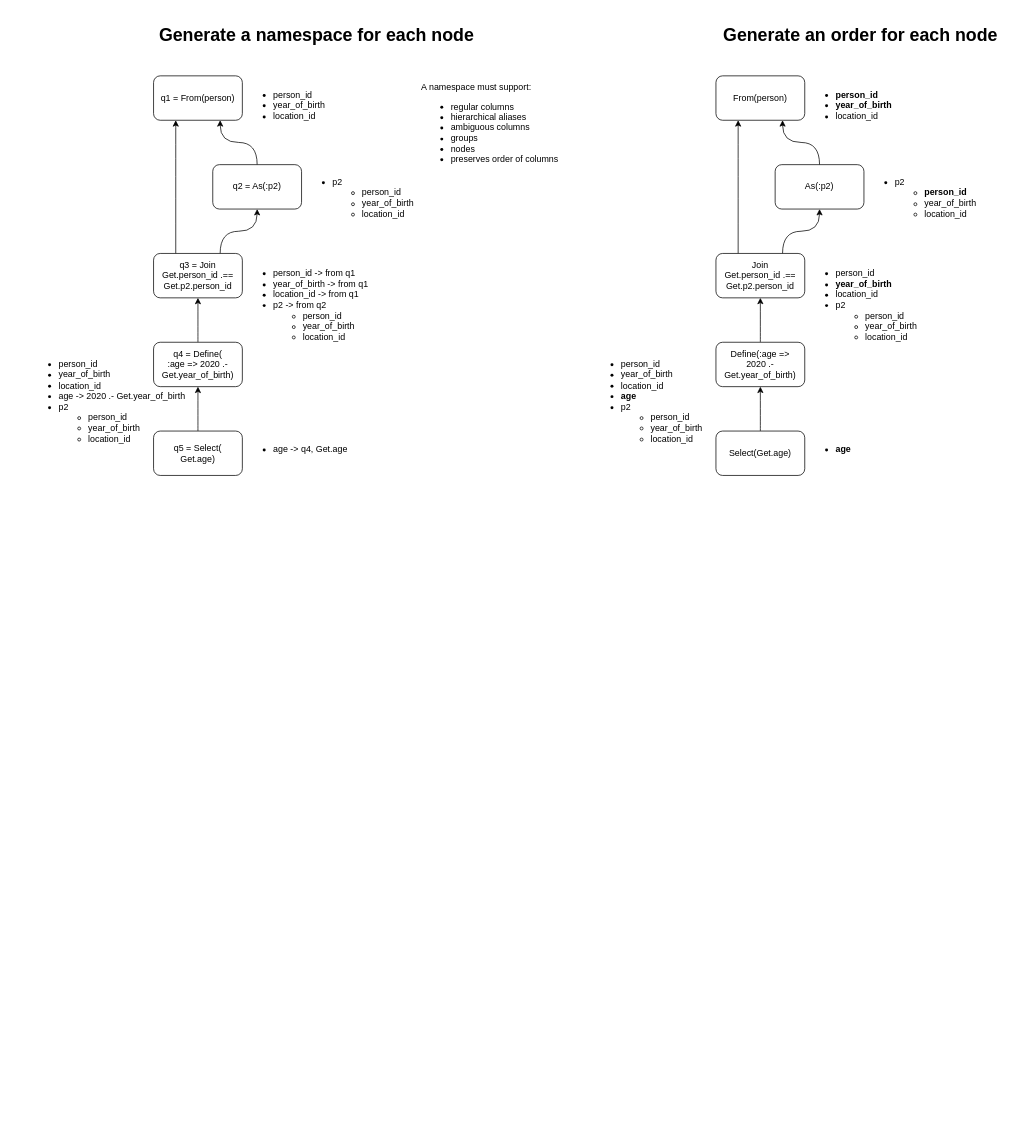
The draw.io diagram page "resolve-refactoring" (12 of 12) of sql-dsl.drawio in rbt-lang/diagrams, before the edit. Source tidied: cells renumbered, new cells numbered last; positions are measured from the earlier drawing's top-left corner, leaving out a move shared by most shapes. Both pictures are drawn from the tidied source at 74%, with x=0, y=0 at pixel (27, 16).
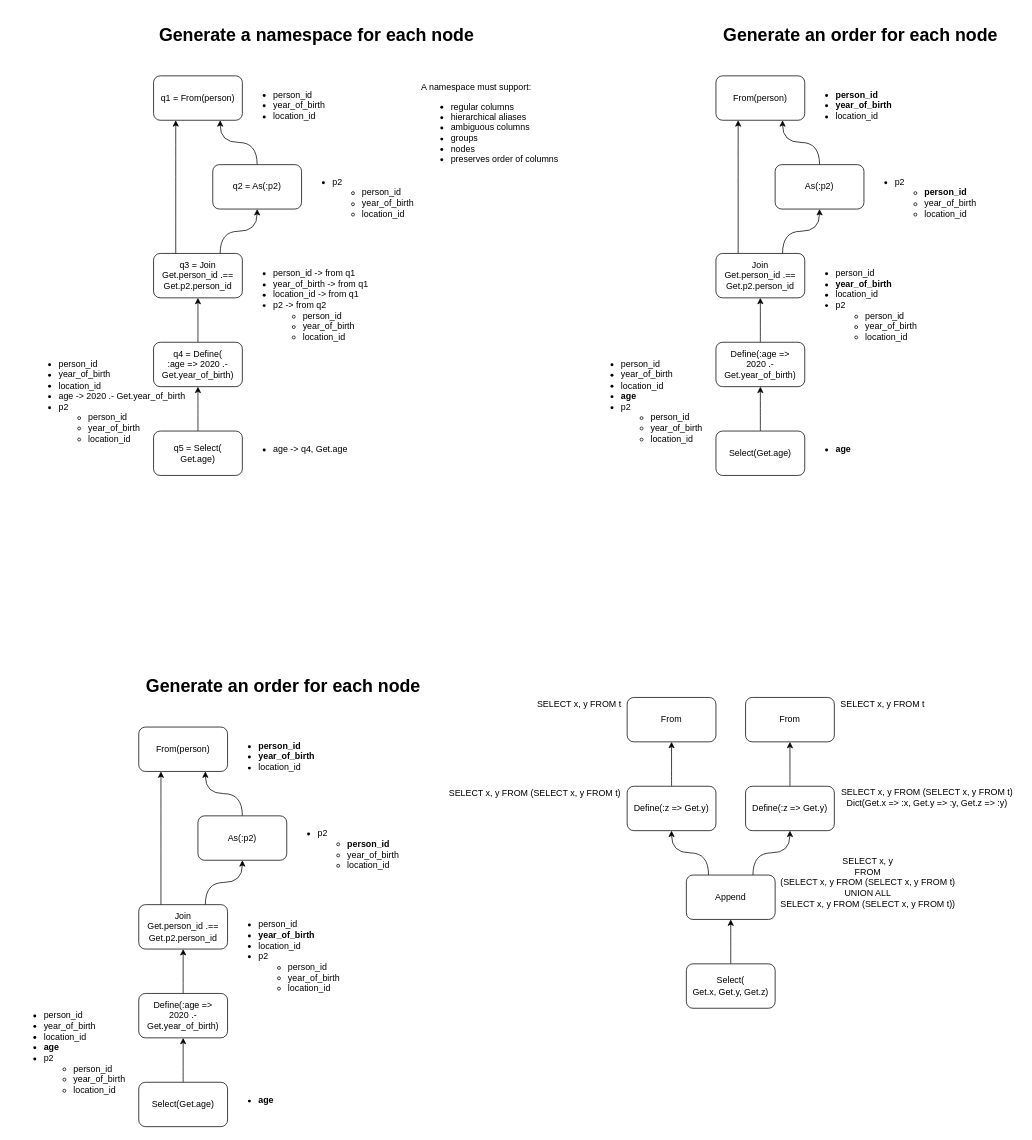
Above is the later version.

Diff of the diagram source:
```diff
@@
+    <mxCell id="35" value="From(person)" style="rounded=1;whiteSpace=wrap;html=1;" parent="1" vertex="1">
+      <mxGeometry x="150" y="960" width="120" height="60" as="geometry" />
+    </mxCell>
+    <mxCell id="36" style="edgeStyle=orthogonalEdgeStyle;rounded=0;jettySize=auto;html=1;entryX=0.25;entryY=1;entryDx=0;entryDy=0;curved=1;exitX=0.25;exitY=0;exitDx=0;exitDy=0;" parent="1" edge="1" source="38" target="35">
+      <mxGeometry relative="1" as="geometry">
+        <Array as="points">
+          <mxPoint x="180" y="1030" />
+          <mxPoint x="180" y="1030" />
+        </Array>
+      </mxGeometry>
+    </mxCell>
+    <mxCell id="37" style="edgeStyle=orthogonalEdgeStyle;curved=1;rounded=0;jettySize=auto;html=1;exitX=0.75;exitY=0;exitDx=0;exitDy=0;entryX=0.5;entryY=1;entryDx=0;entryDy=0;" parent="1" edge="1" source="38" target="40">
+      <mxGeometry relative="1" as="geometry" />
+    </mxCell>
+    <mxCell id="38" value="Join&lt;br&gt;Get.person_id .==&lt;br&gt;Get.p2.person_id" style="rounded=1;whiteSpace=wrap;html=1;" parent="1" vertex="1">
+      <mxGeometry x="150" y="1200" width="120" height="60" as="geometry" />
+    </mxCell>
+    <mxCell id="39" style="edgeStyle=orthogonalEdgeStyle;curved=1;rounded=0;jettySize=auto;html=1;entryX=0.75;entryY=1;entryDx=0;entryDy=0;" parent="1" edge="1" source="40" target="35">
+      <mxGeometry relative="1" as="geometry" />
+    </mxCell>
+    <mxCell id="40" value="As(:p2)" style="rounded=1;whiteSpace=wrap;html=1;" parent="1" vertex="1">
+      <mxGeometry x="230" y="1080" width="120" height="60" as="geometry" />
+    </mxCell>
+    <mxCell id="41" value="&lt;div&gt;&lt;ul&gt;&lt;li&gt;&lt;b&gt;person_id&lt;/b&gt;&lt;/li&gt;&lt;li&gt;&lt;b&gt;year_of_birth&lt;/b&gt;&lt;/li&gt;&lt;li&gt;&lt;div&gt;location_id&lt;br&gt;&lt;/div&gt;&lt;/li&gt;&lt;/ul&gt;&lt;/div&gt;" style="text;html=1;align=left;verticalAlign=middle;strokeColor=none;" parent="1" vertex="1">
+      <mxGeometry x="270" y="960" width="130" height="80" as="geometry" />
+    </mxCell>
+    <mxCell id="42" value="&lt;ul&gt;&lt;li&gt;p2&lt;/li&gt;&lt;ul&gt;&lt;li&gt;&lt;b&gt;person_id&lt;/b&gt;&lt;/li&gt;&lt;li&gt;year_of_birth&lt;/li&gt;&lt;li&gt;location_id&lt;br&gt;&lt;/li&gt;&lt;/ul&gt;&lt;/ul&gt;" style="text;html=1;align=left;verticalAlign=middle;strokeColor=none;" parent="1" vertex="1">
+      <mxGeometry x="350" y="1080" width="170" height="90" as="geometry" />
+    </mxCell>
+    <mxCell id="43" value="&lt;ul&gt;&lt;li&gt;person_id&lt;/li&gt;&lt;li&gt;&lt;b&gt;year_of_birth&lt;/b&gt;&lt;/li&gt;&lt;li&gt;location_id&lt;/li&gt;&lt;li&gt;p2&lt;/li&gt;&lt;ul&gt;&lt;li&gt;person_id&lt;/li&gt;&lt;li&gt;year_of_birth&lt;/li&gt;&lt;li&gt;location_id&lt;br&gt;&lt;/li&gt;&lt;/ul&gt;&lt;/ul&gt;" style="text;html=1;align=left;verticalAlign=middle;strokeColor=none;" parent="1" vertex="1">
+      <mxGeometry x="270" y="1200" width="170" height="140" as="geometry" />
+    </mxCell>
+    <mxCell id="44" style="edgeStyle=orthogonalEdgeStyle;curved=1;rounded=0;jettySize=auto;html=1;entryX=0.5;entryY=1;entryDx=0;entryDy=0;exitX=0.5;exitY=0;exitDx=0;exitDy=0;" parent="1" edge="1" source="46" target="38">
+      <mxGeometry relative="1" as="geometry" />
+    </mxCell>
+    <mxCell id="45" value="&lt;h1&gt;Generate an order for each node&lt;/h1&gt;" style="text;html=1;align=center;verticalAlign=middle;strokeColor=none;" parent="1" vertex="1">
+      <mxGeometry x="150" y="880" width="390" height="50" as="geometry" />
+    </mxCell>
+    <mxCell id="46" value="Define(:age =&amp;gt;&lt;br&gt;2020 .- Get.year_of_birth)" style="rounded=1;whiteSpace=wrap;html=1;" parent="1" vertex="1">
+      <mxGeometry x="150" y="1320" width="120" height="60" as="geometry" />
+    </mxCell>
+    <mxCell id="47" value="&lt;ul&gt;&lt;li&gt;person_id&lt;/li&gt;&lt;li&gt;year_of_birth&lt;/li&gt;&lt;li&gt;location_id&lt;/li&gt;&lt;li&gt;&lt;b&gt;age&lt;/b&gt;&lt;br&gt;&lt;/li&gt;&lt;li&gt;p2&lt;/li&gt;&lt;ul&gt;&lt;li&gt;person_id&lt;/li&gt;&lt;li&gt;year_of_birth&lt;/li&gt;&lt;li&gt;location_id&lt;br&gt;&lt;/li&gt;&lt;/ul&gt;&lt;/ul&gt;" style="text;html=1;align=left;verticalAlign=middle;strokeColor=none;" parent="1" vertex="1">
+      <mxGeometry x="-20" y="1320" width="170" height="160" as="geometry" />
+    </mxCell>
+    <mxCell id="48" style="edgeStyle=orthogonalEdgeStyle;curved=1;rounded=0;jettySize=auto;html=1;entryX=0.5;entryY=1;entryDx=0;entryDy=0;" parent="1" edge="1" source="49" target="46">
+      <mxGeometry relative="1" as="geometry" />
+    </mxCell>
+    <mxCell id="49" value="Select(Get.age)" style="rounded=1;whiteSpace=wrap;html=1;" parent="1" vertex="1">
+      <mxGeometry x="150" y="1440" width="120" height="60" as="geometry" />
+    </mxCell>
+    <mxCell id="50" value="&lt;ul&gt;&lt;li&gt;&lt;b&gt;age&lt;/b&gt;&lt;/li&gt;&lt;/ul&gt;" style="text;html=1;align=left;verticalAlign=middle;strokeColor=none;" parent="1" vertex="1">
+      <mxGeometry x="270" y="1440" width="80" height="50" as="geometry" />
+    </mxCell>
+    <mxCell id="51" style="edgeStyle=orthogonalEdgeStyle;curved=1;rounded=0;jettySize=auto;html=1;exitX=0.25;exitY=0;exitDx=0;exitDy=0;entryX=0.5;entryY=1;entryDx=0;entryDy=0;" parent="1" edge="1" source="53" target="57">
+      <mxGeometry relative="1" as="geometry" />
+    </mxCell>
+    <mxCell id="52" style="edgeStyle=orthogonalEdgeStyle;curved=1;rounded=0;jettySize=auto;html=1;exitX=0.75;exitY=0;exitDx=0;exitDy=0;entryX=0.5;entryY=1;entryDx=0;entryDy=0;" parent="1" edge="1" source="53" target="59">
+      <mxGeometry relative="1" as="geometry" />
+    </mxCell>
+    <mxCell id="53" value="Append" style="rounded=1;whiteSpace=wrap;html=1;align=center;" parent="1" vertex="1">
+      <mxGeometry x="890" y="1160" width="120" height="60" as="geometry" />
+    </mxCell>
+    <mxCell id="54" style="edgeStyle=orthogonalEdgeStyle;curved=1;rounded=0;jettySize=auto;html=1;entryX=0.5;entryY=1;entryDx=0;entryDy=0;" parent="1" edge="1" source="55" target="53">
+      <mxGeometry relative="1" as="geometry" />
+    </mxCell>
+    <mxCell id="55" value="Select(&lt;br&gt;Get.x, Get.y, Get.z)" style="rounded=1;whiteSpace=wrap;html=1;align=center;" parent="1" vertex="1">
+      <mxGeometry x="890" y="1280" width="120" height="60" as="geometry" />
+    </mxCell>
+    <mxCell id="56" style="edgeStyle=orthogonalEdgeStyle;curved=1;rounded=0;jettySize=auto;html=1;entryX=0.5;entryY=1;entryDx=0;entryDy=0;" parent="1" edge="1" source="57" target="60">
+      <mxGeometry relative="1" as="geometry" />
+    </mxCell>
+    <mxCell id="57" value="Define(:z =&amp;gt; Get.y)" style="rounded=1;whiteSpace=wrap;html=1;align=center;" parent="1" vertex="1">
+      <mxGeometry x="810" y="1040" width="120" height="60" as="geometry" />
+    </mxCell>
+    <mxCell id="58" style="edgeStyle=orthogonalEdgeStyle;curved=1;rounded=0;jettySize=auto;html=1;entryX=0.5;entryY=1;entryDx=0;entryDy=0;" parent="1" edge="1" source="59" target="61">
+      <mxGeometry relative="1" as="geometry" />
+    </mxCell>
+    <mxCell id="59" value="Define(:z =&amp;gt; Get.y)" style="rounded=1;whiteSpace=wrap;html=1;align=center;" parent="1" vertex="1">
+      <mxGeometry x="970" y="1040" width="120" height="60" as="geometry" />
+    </mxCell>
+    <mxCell id="60" value="From" style="rounded=1;whiteSpace=wrap;html=1;align=center;" parent="1" vertex="1">
+      <mxGeometry x="810" y="920" width="120" height="60" as="geometry" />
+    </mxCell>
+    <mxCell id="61" value="From" style="rounded=1;whiteSpace=wrap;html=1;align=center;" parent="1" vertex="1">
+      <mxGeometry x="970" y="920" width="120" height="60" as="geometry" />
+    </mxCell>
+    <mxCell id="62" value="SELECT x, y FROM t" style="text;html=1;align=center;verticalAlign=middle;strokeColor=none;" parent="1" vertex="1">
+      <mxGeometry x="1090" y="920" width="130" height="20" as="geometry" />
+    </mxCell>
+    <mxCell id="63" value="SELECT x, y FROM t" style="text;html=1;align=center;verticalAlign=middle;strokeColor=none;" parent="1" vertex="1">
+      <mxGeometry x="680" y="920" width="130" height="20" as="geometry" />
+    </mxCell>
+    <mxCell id="64" value="SELECT x, y FROM (SELECT x, y FROM t)&lt;br&gt;Dict(Get.x =&amp;gt; :x, Get.y =&amp;gt; :y, Get.z =&amp;gt; :y)" style="text;html=1;align=center;verticalAlign=middle;strokeColor=none;" parent="1" vertex="1">
+      <mxGeometry x="1090" y="1040" width="250" height="30" as="geometry" />
+    </mxCell>
+    <mxCell id="65" value="SELECT x, y FROM (SELECT x, y FROM t)" style="text;html=1;align=center;verticalAlign=middle;strokeColor=none;" parent="1" vertex="1">
+      <mxGeometry x="560" y="1040" width="250" height="20" as="geometry" />
+    </mxCell>
+    <mxCell id="66" value="SELECT x, y&lt;br&gt;FROM&lt;br&gt;(SELECT x, y FROM (SELECT x, y FROM t)&lt;br&gt;UNION ALL&lt;br&gt;SELECT x, y FROM (SELECT x, y FROM t))" style="text;html=1;align=center;verticalAlign=middle;strokeColor=none;" parent="1" vertex="1">
+      <mxGeometry x="1010" y="1130" width="250" height="80" as="geometry" />
+    </mxCell>
```
